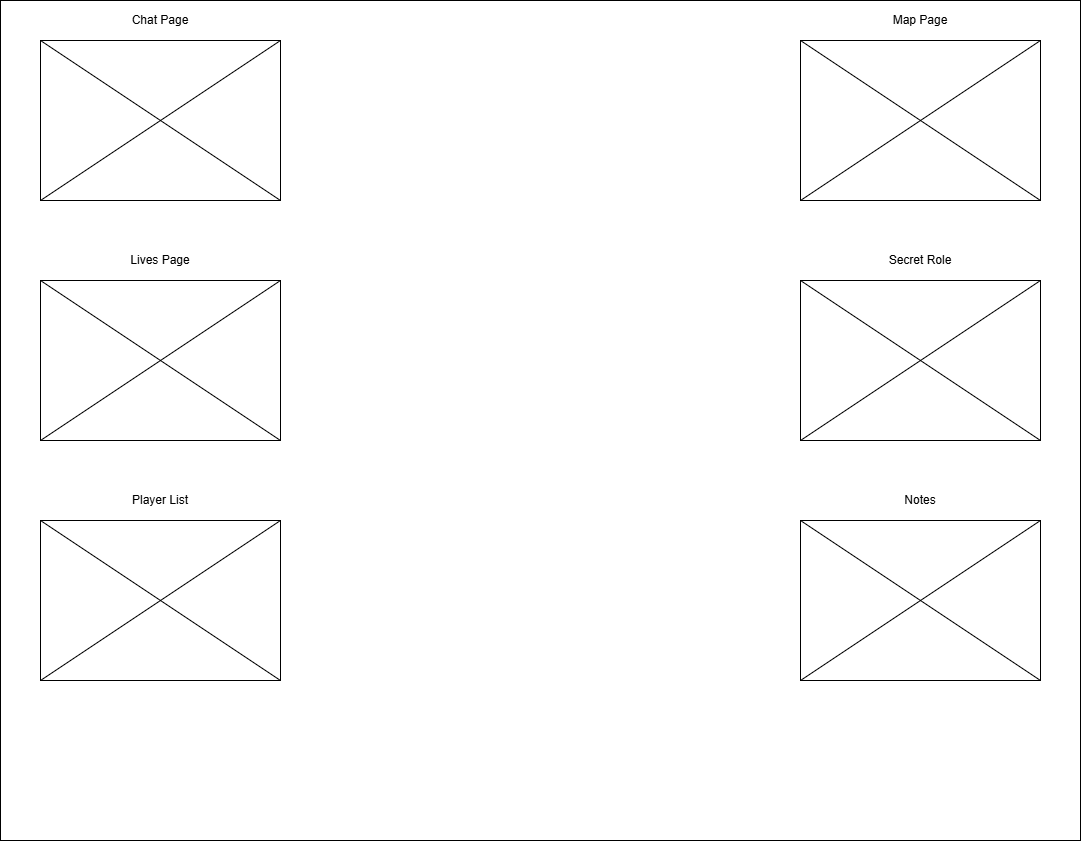
This is wireframe.drawio.png from kaireinhold/iris-comms_for_dnd, a draw.io export, as it was before one commit. Source tidied: cells renumbered, new cells last; positions are measured from the earlier drawing's top-left corner, leaving out a move shared by most shapes.
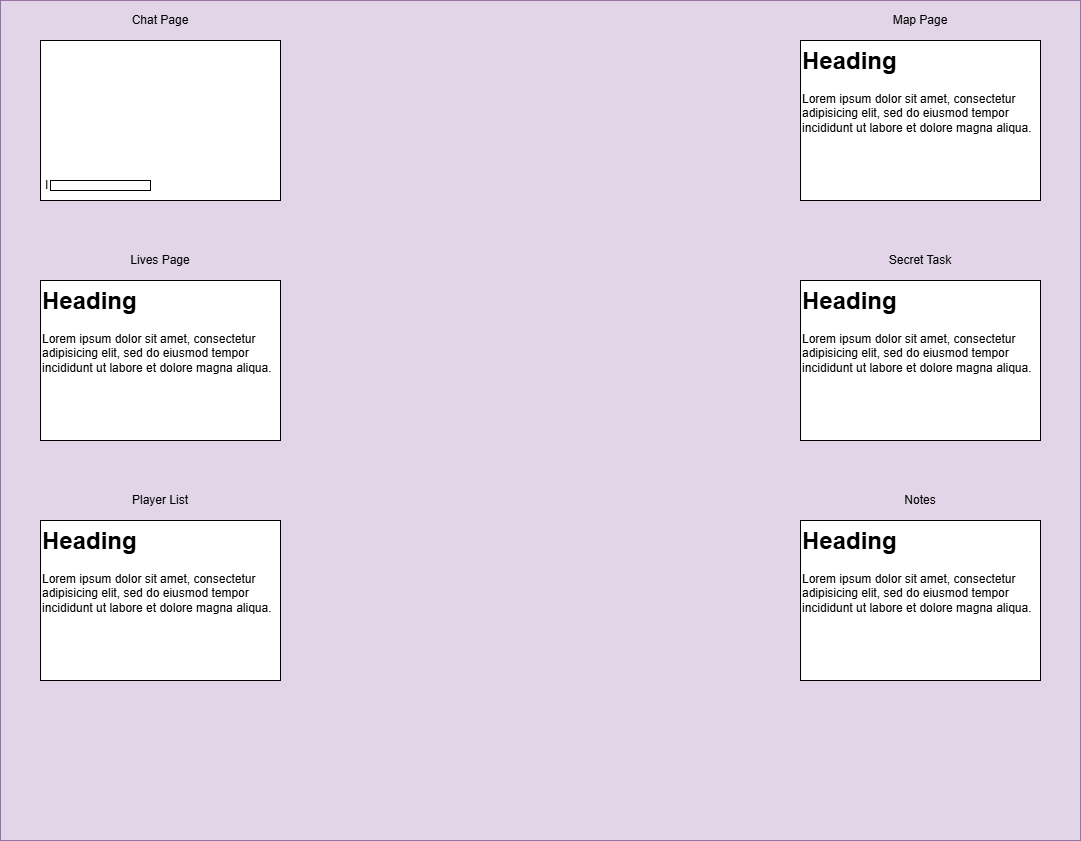
Above is the later version.

Diff of the diagram source:
```diff
@@ -2,39 +2,27 @@
   <root>
     <mxCell id="0" />
     <mxCell id="1" parent="0" />
+    <mxCell id="26" style="rounded=0;whiteSpace=wrap;html=1;fillColor=#e1d5e7;strokeColor=#9673a6;" parent="1" vertex="1">
+      <mxGeometry width="1080" height="840" as="geometry" />
+    </mxCell>
     <mxCell id="2" style="rounded=0;whiteSpace=wrap;html=1;" parent="1" vertex="1">
       <mxGeometry x="40" y="40" width="240" height="160" as="geometry" />
     </mxCell>
+    <mxCell id="27" style="rounded=0;whiteSpace=wrap;html=1;" parent="1" vertex="1">
+      <mxGeometry x="50" y="180" width="100" height="10" as="geometry" />
+    </mxCell>
     <mxCell id="3" value="Chat Page" style="text;html=1;align=center;verticalAlign=middle;whiteSpace=wrap;rounded=0;" parent="1" vertex="1">
       <mxGeometry x="120" width="80" height="40" as="geometry" />
     </mxCell>
-    <mxCell id="4" style="endArrow=none;html=1;rounded=0;exitX=0;exitY=1;exitDx=0;exitDy=0;entryX=1;entryY=0;entryDx=0;entryDy=0;" parent="1" edge="1" source="2" target="2">
-      <mxGeometry relative="1" as="geometry" />
-    </mxCell>
-    <mxCell id="5" style="endArrow=none;html=1;rounded=0;entryX=1;entryY=1;entryDx=0;entryDy=0;exitX=0;exitY=0;exitDx=0;exitDy=0;" parent="1" edge="1" source="2" target="2">
-      <mxGeometry relative="1" as="geometry" />
-    </mxCell>
     <mxCell id="6" style="rounded=0;whiteSpace=wrap;html=1;" parent="1" vertex="1">
       <mxGeometry x="40" y="280" width="240" height="160" as="geometry" />
     </mxCell>
-    <mxCell id="7" style="endArrow=none;html=1;rounded=0;exitX=0;exitY=1;exitDx=0;exitDy=0;entryX=1;entryY=0;entryDx=0;entryDy=0;" parent="1" edge="1" source="6" target="6">
-      <mxGeometry relative="1" as="geometry" />
-    </mxCell>
-    <mxCell id="8" style="endArrow=none;html=1;rounded=0;entryX=1;entryY=1;entryDx=0;entryDy=0;exitX=0;exitY=0;exitDx=0;exitDy=0;" parent="1" edge="1" source="6" target="6">
-      <mxGeometry relative="1" as="geometry" />
-    </mxCell>
     <mxCell id="9" value="Lives Page" style="text;html=1;align=center;verticalAlign=middle;whiteSpace=wrap;rounded=0;" parent="1" vertex="1">
       <mxGeometry x="120" y="240" width="80" height="40" as="geometry" />
     </mxCell>
     <mxCell id="10" style="rounded=0;whiteSpace=wrap;html=1;" parent="1" vertex="1">
       <mxGeometry x="40" y="520" width="240" height="160" as="geometry" />
     </mxCell>
-    <mxCell id="11" style="endArrow=none;html=1;rounded=0;exitX=0;exitY=1;exitDx=0;exitDy=0;entryX=1;entryY=0;entryDx=0;entryDy=0;" parent="1" edge="1" source="10" target="10">
-      <mxGeometry relative="1" as="geometry" />
-    </mxCell>
-    <mxCell id="12" style="endArrow=none;html=1;rounded=0;entryX=1;entryY=1;entryDx=0;entryDy=0;exitX=0;exitY=0;exitDx=0;exitDy=0;" parent="1" edge="1" source="10" target="10">
-      <mxGeometry relative="1" as="geometry" />
-    </mxCell>
     <mxCell id="13" value="Player List" style="text;html=1;align=center;verticalAlign=middle;whiteSpace=wrap;rounded=0;" parent="1" vertex="1">
       <mxGeometry x="120" y="480" width="80" height="40" as="geometry" />
     </mxCell>
@@ -47,35 +35,32 @@
     <mxCell id="16" style="rounded=0;whiteSpace=wrap;html=1;" parent="1" vertex="1">
       <mxGeometry x="800" y="520" width="240" height="160" as="geometry" />
     </mxCell>
-    <mxCell id="17" style="endArrow=none;html=1;rounded=0;exitX=0;exitY=1;exitDx=0;exitDy=0;entryX=1;entryY=0;entryDx=0;entryDy=0;" parent="1" edge="1" source="16" target="16">
-      <mxGeometry relative="1" as="geometry" />
-    </mxCell>
-    <mxCell id="18" style="endArrow=none;html=1;rounded=0;entryX=1;entryY=1;entryDx=0;entryDy=0;exitX=0;exitY=0;exitDx=0;exitDy=0;" parent="1" edge="1" source="14" target="14">
-      <mxGeometry relative="1" as="geometry" />
-    </mxCell>
-    <mxCell id="19" style="endArrow=none;html=1;rounded=0;exitX=0;exitY=1;exitDx=0;exitDy=0;entryX=1;entryY=0;entryDx=0;entryDy=0;" parent="1" edge="1" source="14" target="14">
-      <mxGeometry relative="1" as="geometry" />
-    </mxCell>
-    <mxCell id="20" style="endArrow=none;html=1;rounded=0;entryX=1;entryY=1;entryDx=0;entryDy=0;exitX=0;exitY=0;exitDx=0;exitDy=0;" parent="1" edge="1" source="15" target="15">
-      <mxGeometry relative="1" as="geometry" />
-    </mxCell>
-    <mxCell id="21" style="endArrow=none;html=1;rounded=0;exitX=0;exitY=1;exitDx=0;exitDy=0;entryX=1;entryY=0;entryDx=0;entryDy=0;" parent="1" edge="1" source="15" target="15">
-      <mxGeometry relative="1" as="geometry" />
-    </mxCell>
-    <mxCell id="22" style="endArrow=none;html=1;rounded=0;entryX=1;entryY=1;entryDx=0;entryDy=0;exitX=0;exitY=0;exitDx=0;exitDy=0;" parent="1" edge="1" source="16" target="16">
-      <mxGeometry relative="1" as="geometry" />
-    </mxCell>
     <mxCell id="23" value="Map Page" style="text;html=1;align=center;verticalAlign=middle;whiteSpace=wrap;rounded=0;" parent="1" vertex="1">
       <mxGeometry x="880" width="80" height="40" as="geometry" />
     </mxCell>
-    <mxCell id="24" value="Secret Role" style="text;html=1;align=center;verticalAlign=middle;whiteSpace=wrap;rounded=0;" parent="1" vertex="1">
+    <mxCell id="24" value="Secret Task" style="text;html=1;align=center;verticalAlign=middle;whiteSpace=wrap;rounded=0;" parent="1" vertex="1">
       <mxGeometry x="880" y="240" width="80" height="40" as="geometry" />
     </mxCell>
     <mxCell id="25" value="Notes" style="text;html=1;align=center;verticalAlign=middle;whiteSpace=wrap;rounded=0;" parent="1" vertex="1">
       <mxGeometry x="880" y="480" width="80" height="40" as="geometry" />
     </mxCell>
-    <mxCell id="26" style="rounded=0;whiteSpace=wrap;html=1;fillColor=none;" parent="1" vertex="1">
-      <mxGeometry width="1080" height="840" as="geometry" />
-    </mxCell>
+    <mxCell id="28" value="&lt;h1 style=&quot;margin-top: 0px;&quot;&gt;Heading&lt;/h1&gt;&lt;p&gt;Lorem ipsum dolor sit amet, consectetur adipisicing elit, sed do eiusmod tempor incididunt ut labore et dolore magna aliqua.&lt;/p&gt;" style="text;html=1;whiteSpace=wrap;overflow=hidden;rounded=0;" parent="1" vertex="1">
+      <mxGeometry x="40" y="280" width="240" height="160" as="geometry" />
+    </mxCell>
+    <mxCell id="29" value="&lt;h1 style=&quot;margin-top: 0px;&quot;&gt;Heading&lt;/h1&gt;&lt;p&gt;Lorem ipsum dolor sit amet, consectetur adipisicing elit, sed do eiusmod tempor incididunt ut labore et dolore magna aliqua.&lt;/p&gt;" style="text;html=1;whiteSpace=wrap;overflow=hidden;rounded=0;" parent="1" vertex="1">
+      <mxGeometry x="40" y="520" width="240" height="160" as="geometry" />
+    </mxCell>
+    <mxCell id="30" value="&lt;h1 style=&quot;margin-top: 0px;&quot;&gt;&lt;br&gt;&lt;/h1&gt;&lt;div&gt;&lt;br&gt;&lt;/div&gt;&lt;div&gt;&lt;br&gt;&lt;/div&gt;&lt;div&gt;&lt;br&gt;&lt;/div&gt;&lt;div&gt;&lt;br&gt;&lt;/div&gt;&lt;div&gt;&lt;br&gt;&lt;/div&gt;&lt;div&gt;&lt;br&gt;&lt;/div&gt;&lt;div&gt;&amp;nbsp;l&lt;/div&gt;" style="text;html=1;whiteSpace=wrap;overflow=hidden;rounded=0;" parent="1" vertex="1">
+      <mxGeometry x="40" y="40" width="240" height="160" as="geometry" />
+    </mxCell>
+    <mxCell id="31" value="&lt;h1 style=&quot;margin-top: 0px;&quot;&gt;Heading&lt;/h1&gt;&lt;p&gt;Lorem ipsum dolor sit amet, consectetur adipisicing elit, sed do eiusmod tempor incididunt ut labore et dolore magna aliqua.&lt;/p&gt;" style="text;html=1;whiteSpace=wrap;overflow=hidden;rounded=0;" parent="1" vertex="1">
+      <mxGeometry x="800" y="40" width="240" height="160" as="geometry" />
+    </mxCell>
+    <mxCell id="32" value="&lt;h1 style=&quot;margin-top: 0px;&quot;&gt;Heading&lt;/h1&gt;&lt;p&gt;Lorem ipsum dolor sit amet, consectetur adipisicing elit, sed do eiusmod tempor incididunt ut labore et dolore magna aliqua.&lt;/p&gt;" style="text;html=1;whiteSpace=wrap;overflow=hidden;rounded=0;" parent="1" vertex="1">
+      <mxGeometry x="800" y="280" width="240" height="160" as="geometry" />
+    </mxCell>
+    <mxCell id="33" value="&lt;h1 style=&quot;margin-top: 0px;&quot;&gt;Heading&lt;/h1&gt;&lt;p&gt;Lorem ipsum dolor sit amet, consectetur adipisicing elit, sed do eiusmod tempor incididunt ut labore et dolore magna aliqua.&lt;/p&gt;" style="text;html=1;whiteSpace=wrap;overflow=hidden;rounded=0;" parent="1" vertex="1">
+      <mxGeometry x="800" y="520" width="240" height="160" as="geometry" />
+    </mxCell>
   </root>
 </mxGraphModel>
```
